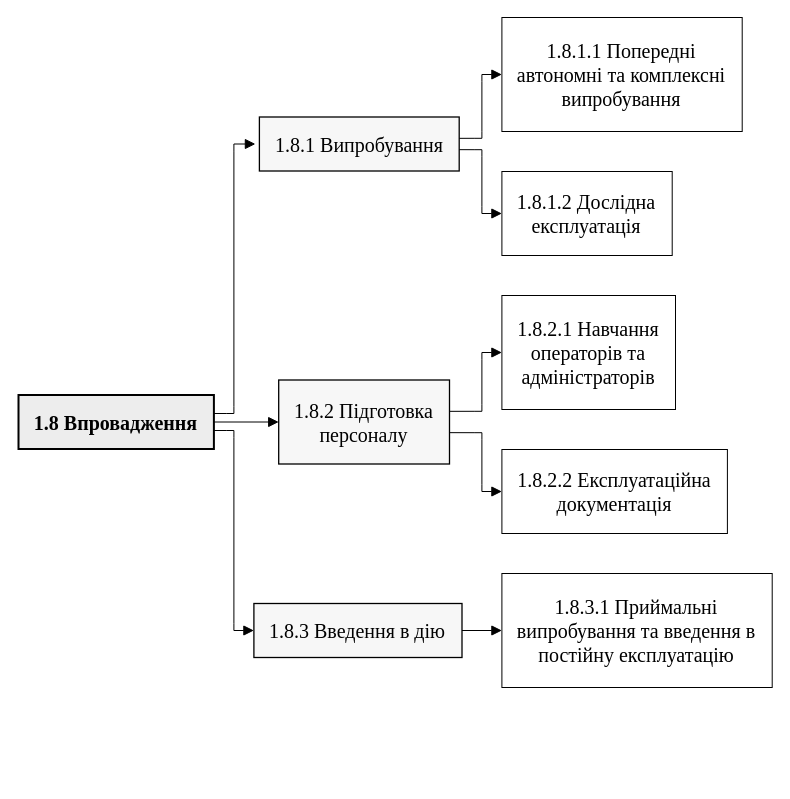
Above: lab1/drawio/15_WBS_1.8.drawio in KravAvfv/-_2026 (draw.io), before the change. Source tidied: cells renumbered, new cells numbered last; positions are measured from the earlier drawing's top-left corner, leaving out a move shared by most shapes. Both pictures are drawn from the tidied source at 100%, with x=0, y=0 at pixel (18, 17).
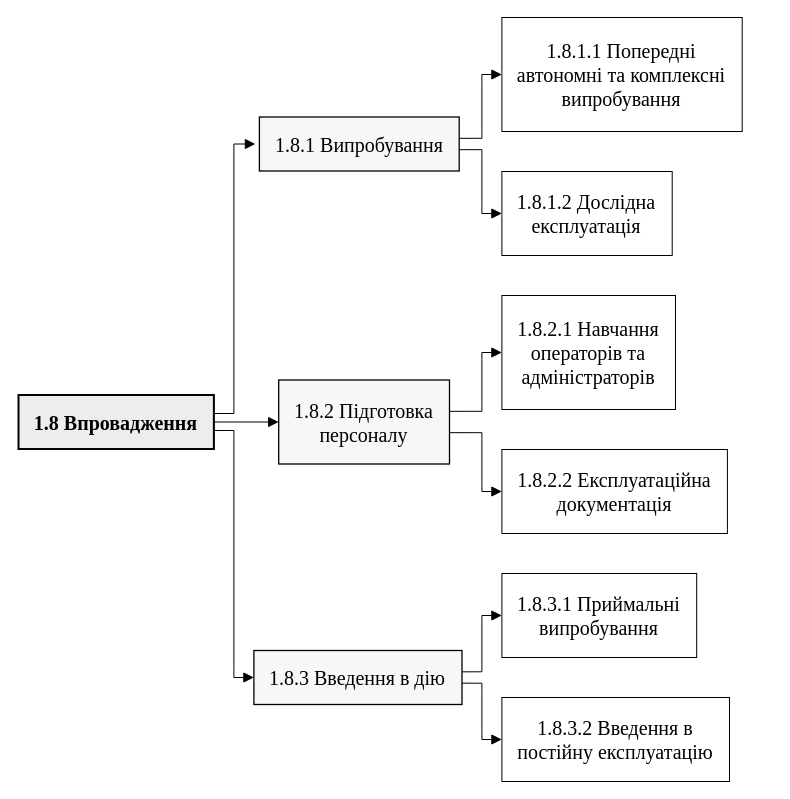
Above is the later version.

The change refers to these unchanged cells:
```xml
<mxCell id="2" value="1.8 Впровадження" style="rounded=0;whiteSpace=wrap;html=1;fontFamily=Times New Roman;fontSize=20;fontColor=#000000;fillColor=#EDEDED;strokeColor=#000000;strokeWidth=2;fontStyle=1;spacingLeft=4;spacingRight=4;" parent="1" vertex="1">
  <mxGeometry y="377.5" width="195.4" height="54" as="geometry" />
</mxCell>
```

The edit, as a diff of the source:
```diff
@@
     <mxCell id="9" value="1.8.3 Введення в дію" style="rounded=0;whiteSpace=wrap;html=1;fontFamily=Times New Roman;fontSize=20;fontColor=#000000;fillColor=#F7F7F7;strokeColor=#000000;strokeWidth=1.3;fontStyle=0;spacingLeft=4;spacingRight=4;" parent="1" vertex="1">
-      <mxGeometry x="235.4" y="586" width="208.1" height="54" as="geometry" />
+      <mxGeometry x="235.4" y="633" width="208.1" height="54" as="geometry" />
     </mxCell>
-    <mxCell id="10" value="1.8.3.1 Приймальні&lt;br&gt;випробування та введення в&lt;br&gt;постійну експлуатацію" style="rounded=0;whiteSpace=wrap;html=1;fontFamily=Times New Roman;fontSize=20;fontColor=#000000;fillColor=#FFFFFF;strokeColor=#000000;strokeWidth=1;fontStyle=0;spacingLeft=4;spacingRight=4;" parent="1" vertex="1">
-      <mxGeometry x="483.4" y="556" width="270.3" height="114" as="geometry" />
+    <mxCell id="10" value="1.8.3.1 Приймальні&lt;br&gt;випробування" style="rounded=0;whiteSpace=wrap;html=1;fontFamily=Times New Roman;fontSize=20;fontColor=#000000;fillColor=#FFFFFF;strokeColor=#000000;strokeWidth=1;fontStyle=0;spacingLeft=4;spacingRight=4;" parent="1" vertex="1">
+      <mxGeometry x="483.4" y="556" width="194.8" height="84" as="geometry" />
     </mxCell>
+    <mxCell id="19" value="1.8.3.2 Введення в&lt;br&gt;постійну експлуатацію" style="rounded=0;whiteSpace=wrap;html=1;fontFamily=Times New Roman;fontSize=20;fontColor=#000000;fillColor=#FFFFFF;strokeColor=#000000;strokeWidth=1;fontStyle=0;spacingLeft=4;spacingRight=4;" parent="1" vertex="1">
+      <mxGeometry x="483.4" y="680" width="227.6" height="84" as="geometry" />
+    </mxCell>
@@
     <mxCell id="17" style="html=1;endArrow=block;endFill=1;endSize=8;rounded=0;edgeStyle=none;strokeColor=#000000;fontFamily=Times New Roman;fontSize=18;labelBackgroundColor=#FFFFFF;exitX=1.0000;exitY=0.6574;exitDx=0;exitDy=0;exitPerimeter=0;entryX=0.0000;entryY=0.5000;entryDx=0;entryDy=0;entryPerimeter=0;" parent="1" edge="1" source="2" target="9">
       <mxGeometry relative="1" as="geometry">
         <Array as="points">
           <mxPoint x="208.3" y="413" />
           <mxPoint x="215.4" y="413" />
           <mxPoint x="215.4" y="420.1" />
-          <mxPoint x="215.4" y="605.9" />
-          <mxPoint x="215.4" y="613" />
-          <mxPoint x="222.5" y="613" />
+          <mxPoint x="215.4" y="652.9" />
+          <mxPoint x="215.4" y="660" />
+          <mxPoint x="222.5" y="660" />
         </Array>
       </mxGeometry>
     </mxCell>
-    <mxCell id="18" style="html=1;endArrow=block;endFill=1;endSize=8;rounded=0;edgeStyle=none;strokeColor=#000000;fontFamily=Times New Roman;fontSize=18;labelBackgroundColor=#FFFFFF;exitX=1.0000;exitY=0.5000;exitDx=0;exitDy=0;exitPerimeter=0;entryX=0.0000;entryY=0.5000;entryDx=0;entryDy=0;entryPerimeter=0;" parent="1" edge="1" source="9" target="10">
-      <mxGeometry relative="1" as="geometry" />
+    <mxCell id="18" style="html=1;endArrow=block;endFill=1;endSize=8;rounded=0;edgeStyle=none;strokeColor=#000000;fontFamily=Times New Roman;fontSize=18;labelBackgroundColor=#FFFFFF;exitX=1.0000;exitY=0.3951;exitDx=0;exitDy=0;exitPerimeter=0;entryX=0.0000;entryY=0.5000;entryDx=0;entryDy=0;entryPerimeter=0;" parent="1" edge="1" source="9" target="10">
+      <mxGeometry relative="1" as="geometry">
+        <Array as="points">
+          <mxPoint x="456.4" y="654.3" />
+          <mxPoint x="463.4" y="654.3" />
+          <mxPoint x="463.4" y="647.3" />
+          <mxPoint x="463.4" y="605.1" />
+          <mxPoint x="463.4" y="598" />
+          <mxPoint x="470.5" y="598" />
+        </Array>
+      </mxGeometry>
     </mxCell>
+    <mxCell id="20" style="html=1;endArrow=block;endFill=1;endSize=8;rounded=0;edgeStyle=none;strokeColor=#000000;fontFamily=Times New Roman;fontSize=18;labelBackgroundColor=#FFFFFF;exitX=1.0000;exitY=0.6049;exitDx=0;exitDy=0;exitPerimeter=0;entryX=0.0000;entryY=0.5000;entryDx=0;entryDy=0;entryPerimeter=0;" parent="1" edge="1" source="9" target="19">
+      <mxGeometry relative="1" as="geometry">
+        <Array as="points">
+          <mxPoint x="456.4" y="665.7" />
+          <mxPoint x="463.4" y="665.7" />
+          <mxPoint x="463.4" y="672.7" />
+          <mxPoint x="463.4" y="714.9" />
+          <mxPoint x="463.4" y="722" />
+          <mxPoint x="470.5" y="722" />
+        </Array>
+      </mxGeometry>
+    </mxCell>
```
